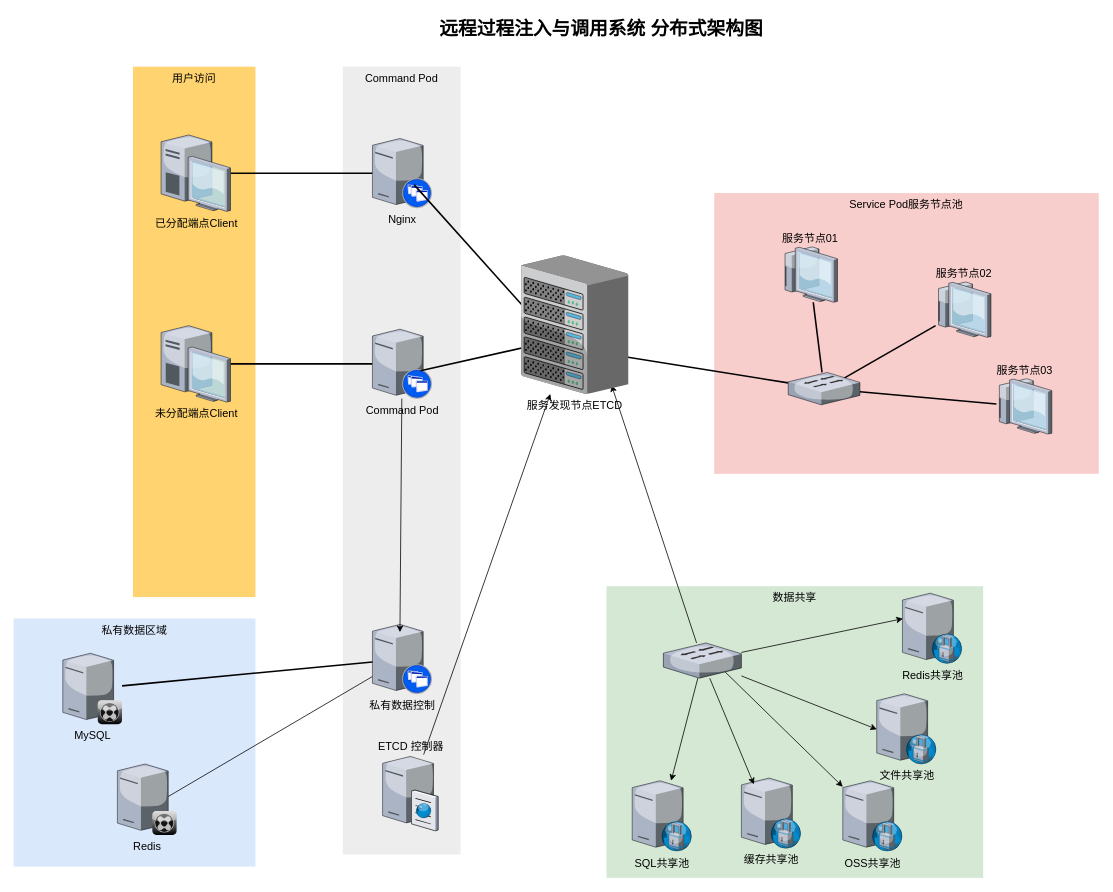
phil616/rpic keeps this draw.io diagram as docs/essay/远程过程注入与调用系统 分布式架构图.drawio. Above is the earlier version. Source tidied: cells renumbered, new cells numbered last; positions are measured from the earlier drawing's top-left corner, leaving out a move shared by most shapes. Both pictures are drawn from the tidied source at 78%, with x=0, y=0 at pixel (13, 13).
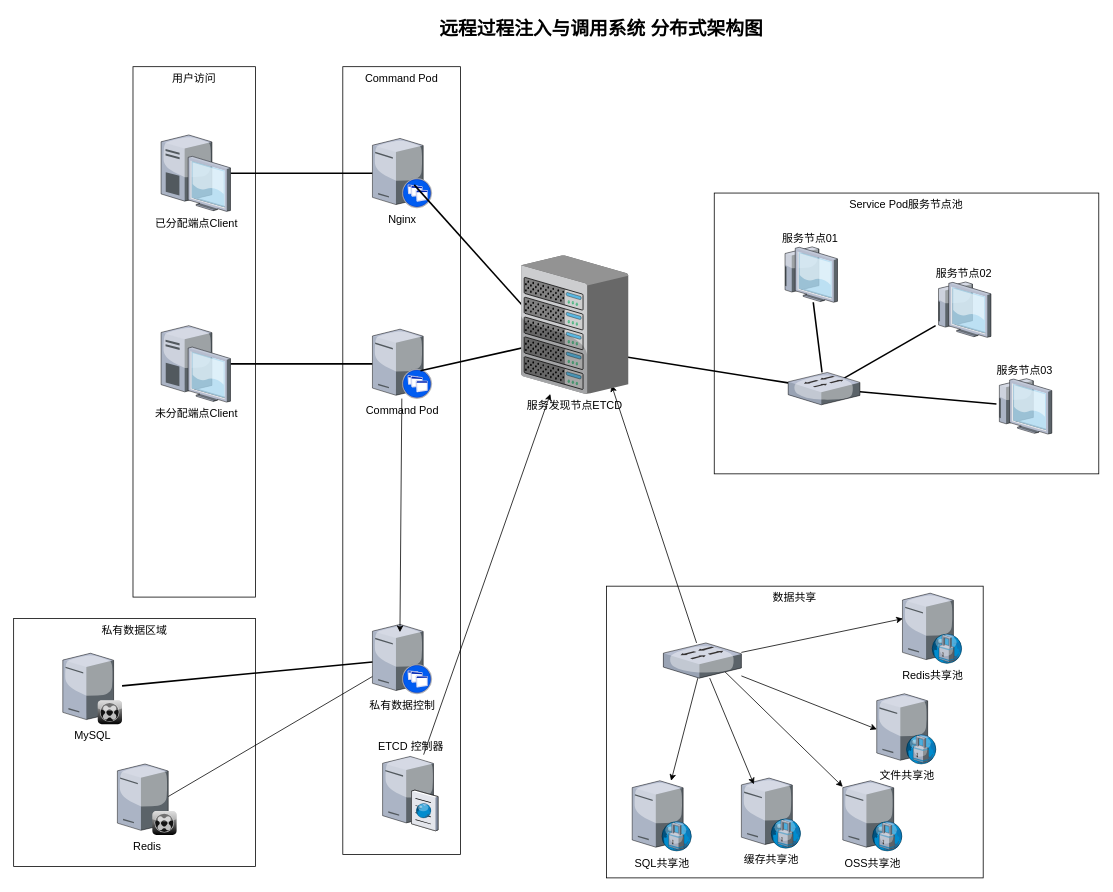
After the change.

What changed in the source:
```diff
@@
-    <mxCell id="2" value="Service Pod服务节点池" style="whiteSpace=wrap;html=1;fillColor=#f8cecc;fontSize=14;strokeColor=none;verticalAlign=top;" parent="1" vertex="1">
+    <mxCell id="2" value="Service Pod服务节点池" style="whiteSpace=wrap;html=1;fontSize=14;verticalAlign=top;" parent="1" vertex="1">
       <mxGeometry x="898.2" y="230" width="493" height="360" as="geometry" />
     </mxCell>
-    <mxCell id="3" value="数据共享" style="whiteSpace=wrap;html=1;fillColor=#d5e8d4;fontSize=14;strokeColor=none;verticalAlign=top;" parent="1" vertex="1">
+    <mxCell id="3" value="数据共享" style="whiteSpace=wrap;html=1;fontSize=14;verticalAlign=top;" parent="1" vertex="1">
       <mxGeometry x="760" y="734" width="483" height="374" as="geometry" />
     </mxCell>
-    <mxCell id="4" value="Command Pod" style="whiteSpace=wrap;html=1;fillColor=#EDEDED;fontSize=14;strokeColor=none;verticalAlign=top;" parent="1" vertex="1">
+    <mxCell id="4" value="Command Pod" style="whiteSpace=wrap;html=1;fontSize=14;verticalAlign=top;" parent="1" vertex="1">
       <mxGeometry x="422" y="68" width="151" height="1010" as="geometry" />
     </mxCell>
-    <mxCell id="5" value="私有数据区域" style="whiteSpace=wrap;html=1;fillColor=#dae8fc;fontSize=14;strokeColor=none;verticalAlign=top;" parent="1" vertex="1">
+    <mxCell id="5" value="私有数据区域" style="whiteSpace=wrap;html=1;fontSize=14;verticalAlign=top;" parent="1" vertex="1">
       <mxGeometry y="775.5" width="310" height="318" as="geometry" />
     </mxCell>
-    <mxCell id="6" value="用户访问" style="whiteSpace=wrap;html=1;fillColor=#FFD470;gradientColor=none;fontSize=14;strokeColor=none;verticalAlign=top;" parent="1" vertex="1">
+    <mxCell id="6" value="用户访问" style="whiteSpace=wrap;html=1;fontSize=14;verticalAlign=top;labelBackgroundColor=none;" parent="1" vertex="1">
       <mxGeometry x="153" y="68" width="157" height="680" as="geometry" />
     </mxCell>
```
